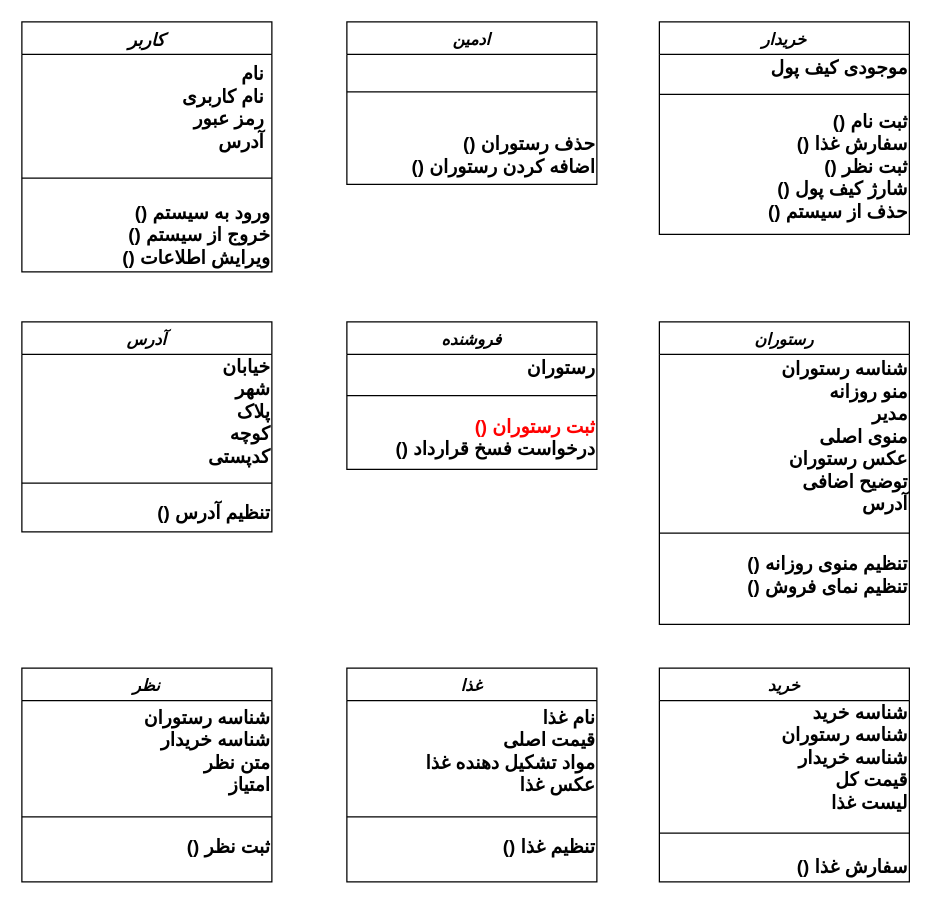
Above: Structural Modeling/Class Diagram/class (details).drawio in khoramian/TahDig_SoftwareEngineering (draw.io), before the change. Source tidied: cells renumbered, new cells numbered last; positions are measured from the earlier drawing's top-left corner, leaving out a move shared by most shapes. Both pictures are drawn from the tidied source at 125%, with x=0, y=0 at pixel (21, 21).
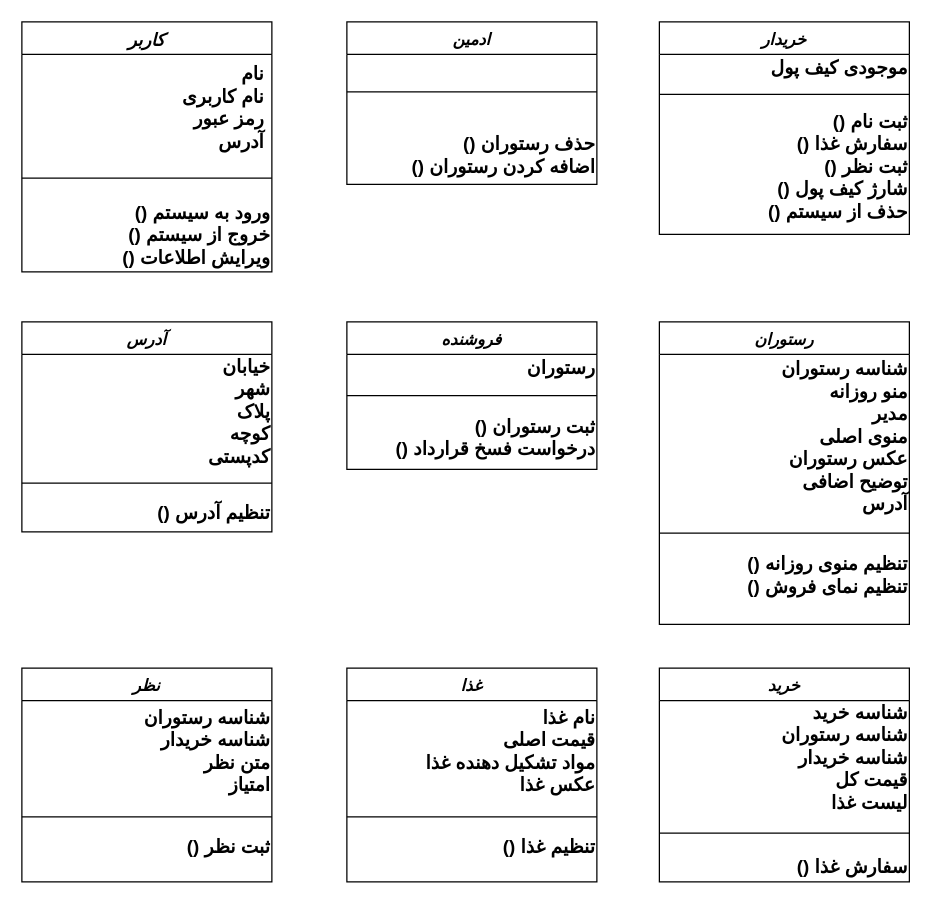
The same page after the edit.

The change refers to these unchanged cells:
```xml
<mxCell id="13" value="فروشنده" style="swimlane;fontStyle=3;align=center;verticalAlign=top;horizontal=1;startSize=26;rounded=0;shadow=0;strokeWidth=1;fontSize=13;" parent="1" vertex="1">
  <mxGeometry x="260" y="240" width="200" height="118" as="geometry" />
</mxCell>
```

What changed in the source:
```diff
@@
-    <mxCell id="16" value="&lt;div&gt;&lt;b&gt;&lt;font color=&quot;#FF0000&quot;&gt;() ثبت رستوران&lt;/font&gt; &lt;br&gt;&lt;/b&gt;&lt;/div&gt;&lt;div&gt;&lt;b&gt;() درخواست فسخ قرارداد&lt;/b&gt;&lt;/div&gt;" style="text;html=1;align=right;verticalAlign=middle;fontSize=15;" parent="13" vertex="1">
+    <mxCell id="16" value="&lt;div&gt;&lt;b&gt;() ثبت رستوران &lt;br&gt;&lt;/b&gt;&lt;/div&gt;&lt;div&gt;&lt;b&gt;() درخواست فسخ قرارداد&lt;/b&gt;&lt;/div&gt;" style="text;html=1;align=right;verticalAlign=middle;fontSize=15;" parent="13" vertex="1">
       <mxGeometry y="72" width="200" height="40" as="geometry" />
     </mxCell>
```
